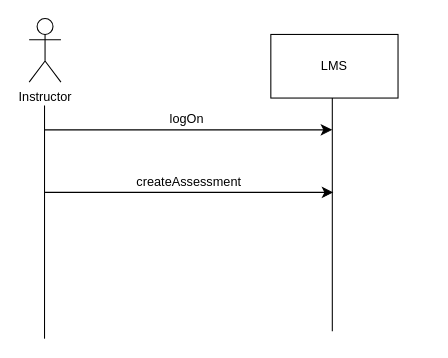
antonykimuom/SWEN30006-2025-SM1-workshop1-tuew05-14-00-team-12 keeps this draw.io diagram as page "Page-2" (2 of 2) of domain_model_Workshop_2.drawio. Above is the earlier version. Source tidied: cells renumbered, new cells numbered last; positions are measured from the earlier drawing's top-left corner, leaving out a move shared by most shapes. Both pictures are drawn from the tidied source at 106%, with x=0, y=0 at pixel (29, 18).
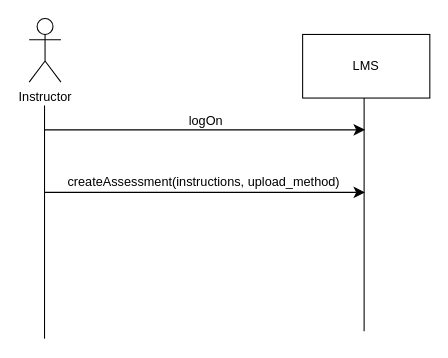
The same diagram, later.

What changed in the source:
```diff
@@
 <mxGraphModel>
   <root>
     <mxCell id="0" />
     <mxCell id="1" parent="0" />
     <mxCell id="2" value="Instructor" style="shape=umlActor;verticalLabelPosition=bottom;verticalAlign=top;html=1;" parent="1" vertex="1">
       <mxGeometry width="30" height="60" as="geometry" />
     </mxCell>
     <mxCell id="3" style="endArrow=none;html=1;rounded=0;fontSize=12;startSize=8;endSize=8;curved=1;" parent="1" edge="1">
       <mxGeometry relative="1" as="geometry">
         <mxPoint x="14.5" y="302" as="sourcePoint" />
         <mxPoint x="14.5" y="82" as="targetPoint" />
       </mxGeometry>
     </mxCell>
     <mxCell id="4" value="LMS" style="rounded=0;whiteSpace=wrap;html=1;" parent="1" vertex="1">
-      <mxGeometry x="228" y="15" width="120" height="60" as="geometry" />
+      <mxGeometry x="258" y="15" width="120" height="60" as="geometry" />
     </mxCell>
     <mxCell id="5" style="endArrow=none;html=1;rounded=0;fontSize=12;startSize=8;endSize=8;curved=1;" parent="1" edge="1">
       <mxGeometry relative="1" as="geometry">
-        <mxPoint x="286" y="295" as="sourcePoint" />
-        <mxPoint x="286" y="75" as="targetPoint" />
+        <mxPoint x="316" y="295" as="sourcePoint" />
+        <mxPoint x="316" y="75" as="targetPoint" />
       </mxGeometry>
     </mxCell>
     <mxCell id="6" style="endArrow=classic;html=1;rounded=0;fontSize=12;startSize=8;endSize=8;curved=1;" parent="1" edge="1">
       <mxGeometry relative="1" as="geometry">
         <mxPoint x="14" y="105" as="sourcePoint" />
-        <mxPoint x="286" y="105" as="targetPoint" />
+        <mxPoint x="317" y="105" as="targetPoint" />
       </mxGeometry>
     </mxCell>
     <mxCell id="7" value="logOn" style="text;html=1;align=center;verticalAlign=middle;whiteSpace=wrap;rounded=0;" parent="1" vertex="1">
-      <mxGeometry x="119" y="80" width="60" height="30" as="geometry" />
+      <mxGeometry x="137" y="82" width="60" height="30" as="geometry" />
     </mxCell>
     <mxCell id="8" style="endArrow=classic;html=1;rounded=0;fontSize=12;startSize=8;endSize=8;curved=1;" parent="1" edge="1">
       <mxGeometry relative="1" as="geometry">
         <mxPoint x="15" y="164" as="sourcePoint" />
-        <mxPoint x="287" y="164" as="targetPoint" />
+        <mxPoint x="317" y="164" as="targetPoint" />
       </mxGeometry>
     </mxCell>
-    <mxCell id="9" value="createAssessment" style="text;html=1;align=center;verticalAlign=middle;whiteSpace=wrap;rounded=0;" parent="1" vertex="1">
-      <mxGeometry x="121" y="139" width="60" height="30" as="geometry" />
+    <mxCell id="9" value="createAssessment(instructions, upload_method)" style="text;html=1;align=center;verticalAlign=middle;whiteSpace=wrap;rounded=0;" parent="1" vertex="1">
+      <mxGeometry x="22" y="139" width="286" height="30" as="geometry" />
     </mxCell>
   </root>
 </mxGraphModel>
```
